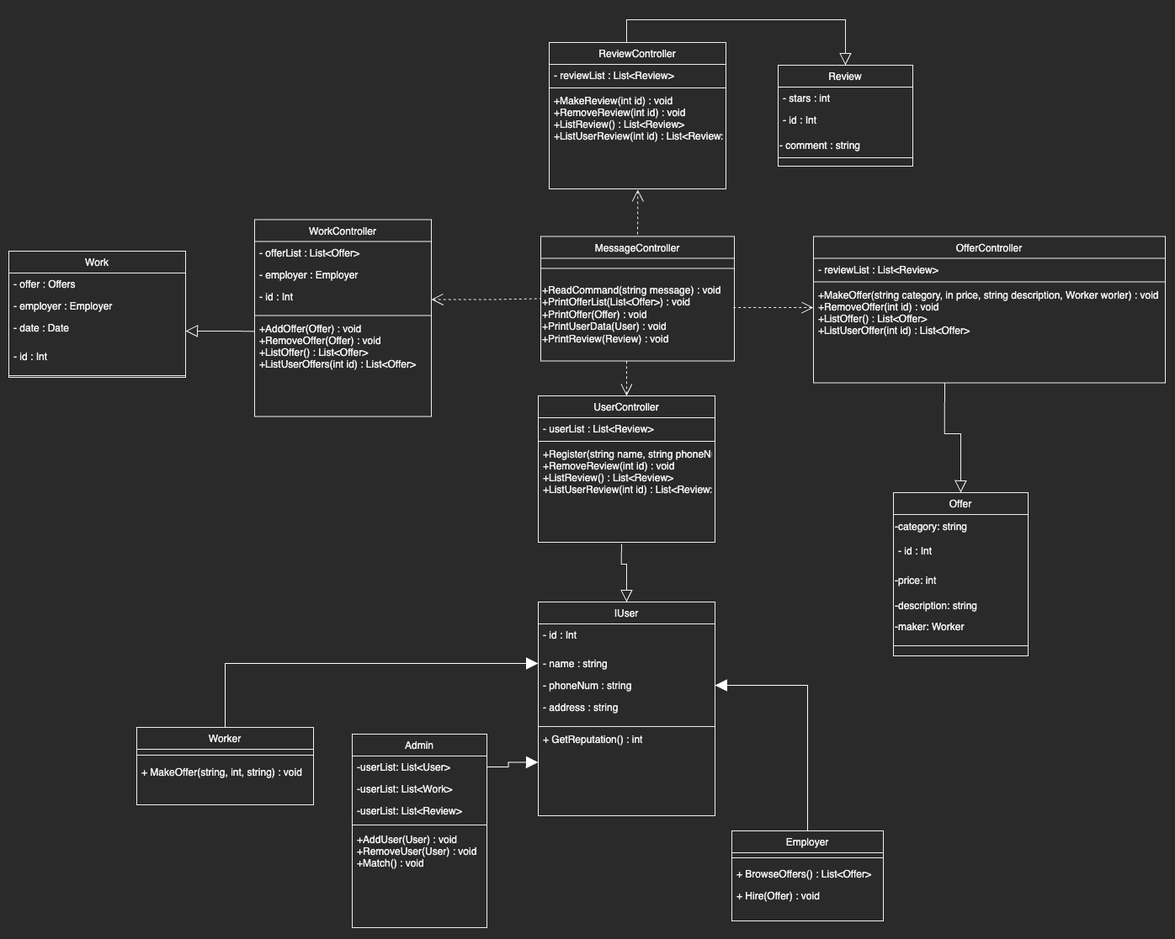
FranciscoAlonsoE/Proyecto keeps this draw.io diagram as UML_Proyecto.png. Above is the earlier version. Source tidied: cells renumbered, new cells last; positions are measured from the earlier drawing's top-left corner, leaving out a move shared by most shapes.
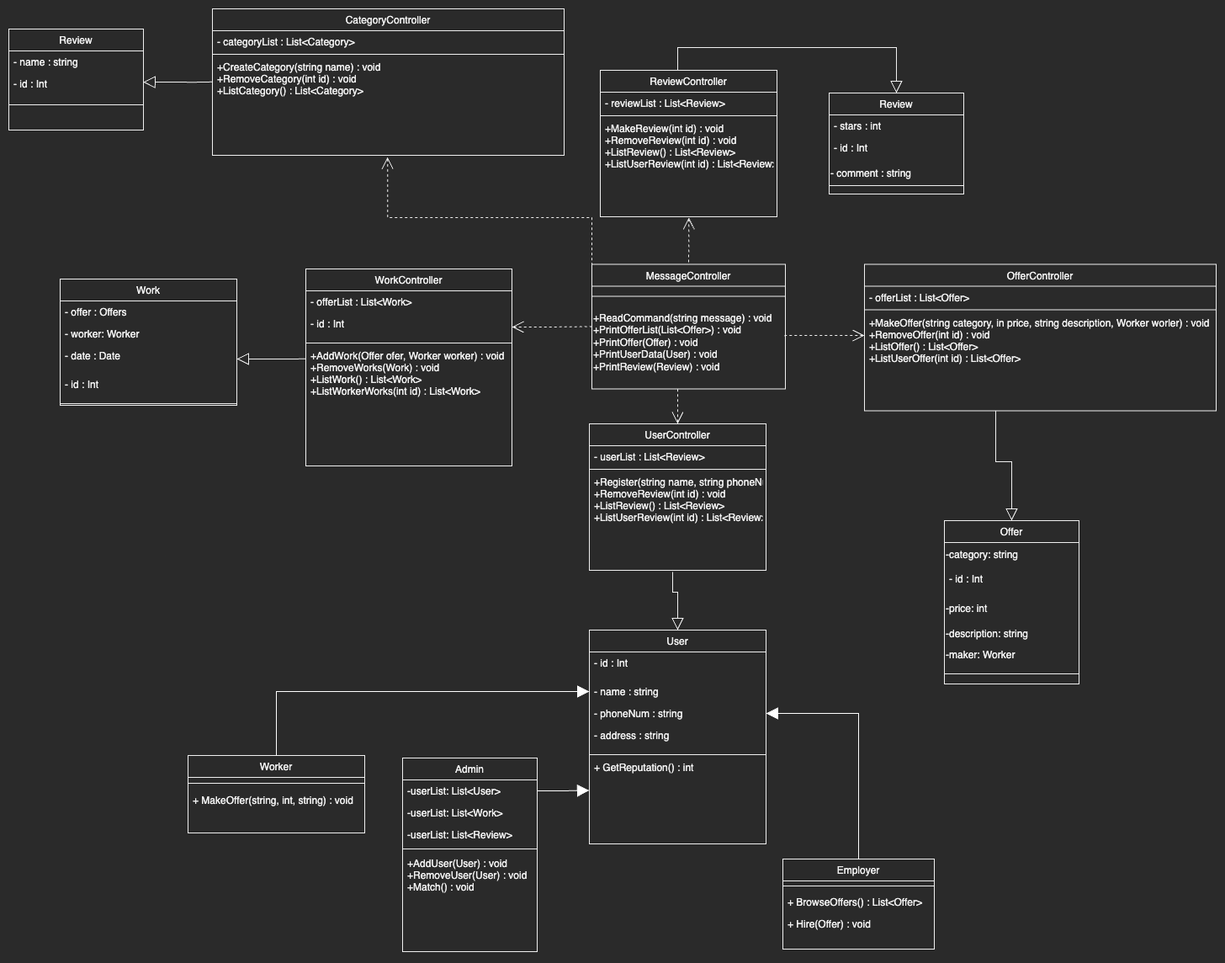
Later version of the same file.

Change to the diagram source:
```diff
@@ -2,7 +2,7 @@
   <root>
     <mxCell id="0" />
     <mxCell id="1" parent="0" />
-    <mxCell id="2" value="IUser" style="swimlane;fontStyle=0;align=center;verticalAlign=top;horizontal=1;startSize=26;rounded=0;shadow=0;strokeWidth=1;" parent="1" vertex="1">
+    <mxCell id="2" value="User" style="swimlane;fontStyle=0;align=center;verticalAlign=top;horizontal=1;startSize=26;rounded=0;shadow=0;strokeWidth=1;" parent="1" vertex="1">
       <mxGeometry x="629" y="692" width="210" height="254" as="geometry" />
     </mxCell>
     <mxCell id="3" value="- id : Int" style="text;align=left;verticalAlign=top;spacingLeft=4;spacingRight=4;overflow=hidden;rounded=0;shadow=0;html=0;" parent="2" vertex="1">
@@ -90,7 +90,7 @@
       <mxGeometry y="50" width="230" height="98" as="geometry" />
     </mxCell>
     <mxCell id="31" value="Admin" style="swimlane;fontStyle=0;align=center;verticalAlign=top;horizontal=1;startSize=26;rounded=0;shadow=0;strokeWidth=1;" parent="1" vertex="1">
-      <mxGeometry x="408" y="849" width="160" height="230" as="geometry" />
+      <mxGeometry x="407" y="844" width="160" height="230" as="geometry" />
     </mxCell>
     <mxCell id="32" value="-userList: List&lt;User&gt;" style="text;align=left;verticalAlign=top;spacingLeft=4;spacingRight=4;overflow=hidden;points=[[0,0.5],[1,0.5]];portConstraint=eastwest;rounded=0;shadow=0;html=0;" parent="31" vertex="1">
       <mxGeometry y="26" width="160" height="26" as="geometry" />
@@ -113,7 +113,7 @@
     <mxCell id="38" value="- offer : Offers" style="text;align=left;verticalAlign=top;spacingLeft=4;spacingRight=4;overflow=hidden;" parent="37" vertex="1">
       <mxGeometry y="26" width="210" height="26" as="geometry" />
     </mxCell>
-    <mxCell id="39" value="- employer : Employer" style="text;align=left;verticalAlign=top;spacingLeft=4;spacingRight=4;overflow=hidden;" parent="37" vertex="1">
+    <mxCell id="39" value="- worker: Worker" style="text;align=left;verticalAlign=top;spacingLeft=4;spacingRight=4;overflow=hidden;" parent="37" vertex="1">
       <mxGeometry y="52" width="210" height="26" as="geometry" />
     </mxCell>
     <mxCell id="40" value="- date : Date" style="text;align=left;verticalAlign=top;spacingLeft=4;spacingRight=4;overflow=hidden;points=[[0,0.5],[1,0.5]];portConstraint=eastwest;rounded=0;shadow=0;html=0;" parent="37" vertex="1">
@@ -126,22 +126,19 @@
       <mxGeometry y="146" width="210" height="4" as="geometry" />
     </mxCell>
     <mxCell id="43" value="WorkController" style="swimlane;fontStyle=0;align=center;verticalAlign=top;horizontal=1;startSize=26;rounded=0;shadow=0;strokeWidth=1;" parent="1" vertex="1">
-      <mxGeometry x="292" y="237.5" width="210" height="234" as="geometry" />
+      <mxGeometry x="292" y="263" width="245" height="234" as="geometry" />
     </mxCell>
-    <mxCell id="44" value="- offerList : List&lt;Offer&gt;" style="text;align=left;verticalAlign=top;spacingLeft=4;spacingRight=4;overflow=hidden;" parent="43" vertex="1">
-      <mxGeometry y="26" width="210" height="26" as="geometry" />
+    <mxCell id="44" value="- offerList : List&lt;Work&gt;" style="text;align=left;verticalAlign=top;spacingLeft=4;spacingRight=4;overflow=hidden;" parent="43" vertex="1">
+      <mxGeometry y="26" width="245" height="26" as="geometry" />
     </mxCell>
-    <mxCell id="45" value="- employer : Employer" style="text;align=left;verticalAlign=top;spacingLeft=4;spacingRight=4;overflow=hidden;" parent="43" vertex="1">
-      <mxGeometry y="52" width="210" height="26" as="geometry" />
-    </mxCell>
     <mxCell id="46" value="- id : Int" style="text;align=left;verticalAlign=top;spacingLeft=4;spacingRight=4;overflow=hidden;points=[[0,0.5],[1,0.5]];portConstraint=eastwest;rounded=0;shadow=0;html=0;" parent="43" vertex="1">
-      <mxGeometry y="78" width="210" height="34" as="geometry" />
+      <mxGeometry y="52" width="245" height="34" as="geometry" />
     </mxCell>
     <mxCell id="47" style="line;html=1;strokeWidth=1;align=left;verticalAlign=middle;spacingTop=-1;spacingLeft=3;spacingRight=3;labelPosition=right;" parent="43" vertex="1">
-      <mxGeometry y="112" width="210" height="4" as="geometry" />
+      <mxGeometry y="86" width="245" height="4" as="geometry" />
     </mxCell>
-    <mxCell id="48" value="+AddOffer(Offer) : void&#10;+RemoveOffer(Offer) : void&#10;+ListOffer() : List&lt;Offer&gt;&#10;+ListUserOffers(int id) : List&lt;Offer&gt;" style="text;align=left;verticalAlign=top;spacingLeft=4;spacingRight=4;overflow=hidden;points=[[0,0.5],[1,0.5]];portConstraint=eastwest;" parent="43" vertex="1">
-      <mxGeometry y="116" width="210" height="118" as="geometry" />
+    <mxCell id="48" value="+AddWork(Offer ofer, Worker worker) : void&#10;+RemoveWorks(Work) : void&#10;+ListWork() : List&lt;Work&gt;&#10;+ListWorkerWorks(int id) : List&lt;Work&gt;" style="text;align=left;verticalAlign=top;spacingLeft=4;spacingRight=4;overflow=hidden;points=[[0,0.5],[1,0.5]];portConstraint=eastwest;" parent="43" vertex="1">
+      <mxGeometry y="90" width="245" height="118" as="geometry" />
     </mxCell>
     <mxCell id="49" value="ReviewController" style="swimlane;fontStyle=0;align=center;verticalAlign=top;horizontal=1;startSize=26;rounded=0;shadow=0;strokeWidth=1;" parent="1" vertex="1">
       <mxGeometry x="642" y="27" width="210" height="174" as="geometry" />
@@ -158,7 +155,7 @@
     <mxCell id="53" value="OfferController" style="swimlane;fontStyle=0;align=center;verticalAlign=top;horizontal=1;startSize=26;rounded=0;shadow=0;strokeWidth=1;" parent="1" vertex="1">
       <mxGeometry x="956" y="257.5" width="418" height="174" as="geometry" />
     </mxCell>
-    <mxCell id="54" value="- reviewList : List&lt;Review&gt;" style="text;align=left;verticalAlign=top;spacingLeft=4;spacingRight=4;overflow=hidden;" parent="53" vertex="1">
+    <mxCell id="54" value="- offerList : List&lt;Offer&gt;" style="text;align=left;verticalAlign=top;spacingLeft=4;spacingRight=4;overflow=hidden;" parent="53" vertex="1">
       <mxGeometry y="26" width="418" height="26" as="geometry" />
     </mxCell>
     <mxCell id="55" style="line;html=1;strokeWidth=1;align=left;verticalAlign=middle;spacingTop=-1;spacingLeft=3;spacingRight=3;labelPosition=right;" parent="53" vertex="1">
@@ -240,5 +237,46 @@
         </Array>
       </mxGeometry>
     </mxCell>
+    <mxCell id="72" value="CategoryController" style="swimlane;fontStyle=0;align=center;verticalAlign=top;horizontal=1;startSize=26;rounded=0;shadow=0;strokeWidth=1;" parent="1" vertex="1">
+      <mxGeometry x="181" y="-46" width="418" height="174" as="geometry" />
+    </mxCell>
+    <mxCell id="73" value="- categoryList : List&lt;Category&gt;" style="text;align=left;verticalAlign=top;spacingLeft=4;spacingRight=4;overflow=hidden;" parent="72" vertex="1">
+      <mxGeometry y="26" width="418" height="26" as="geometry" />
+    </mxCell>
+    <mxCell id="74" style="line;html=1;strokeWidth=1;align=left;verticalAlign=middle;spacingTop=-1;spacingLeft=3;spacingRight=3;labelPosition=right;" parent="72" vertex="1">
+      <mxGeometry y="52" width="418" height="4" as="geometry" />
+    </mxCell>
+    <mxCell id="75" value="+CreateCategory(string name) : void&#10;+RemoveCategory(int id) : void&#10;+ListCategory() : List&lt;Category&gt;" style="text;align=left;verticalAlign=top;spacingLeft=4;spacingRight=4;overflow=hidden;points=[[0,0.5],[1,0.5]];portConstraint=eastwest;" parent="72" vertex="1">
+      <mxGeometry y="56" width="418" height="118" as="geometry" />
+    </mxCell>
+    <mxCell id="76" value="Review" style="swimlane;fontStyle=0;align=center;verticalAlign=top;horizontal=1;startSize=26;rounded=0;shadow=0;strokeWidth=1;" parent="1" vertex="1">
+      <mxGeometry x="-61" y="-22" width="160" height="120" as="geometry" />
+    </mxCell>
+    <mxCell id="77" value="- name : string" style="text;align=left;verticalAlign=top;spacingLeft=4;spacingRight=4;overflow=hidden;" parent="76" vertex="1">
+      <mxGeometry y="26" width="160" height="26" as="geometry" />
+    </mxCell>
+    <mxCell id="78" value="- id : Int" style="text;align=left;verticalAlign=top;spacingLeft=4;spacingRight=4;overflow=hidden;rounded=0;shadow=0;html=0;" parent="76" vertex="1">
+      <mxGeometry y="52" width="160" height="34" as="geometry" />
+    </mxCell>
+    <mxCell id="79" style="line;html=1;strokeWidth=1;align=left;verticalAlign=middle;spacingTop=-1;spacingLeft=3;spacingRight=3;labelPosition=right;" parent="76" vertex="1">
+      <mxGeometry y="86" width="160" height="8" as="geometry" />
+    </mxCell>
+    <mxCell id="80" style="edgeStyle=orthogonalEdgeStyle;rounded=0;orthogonalLoop=1;jettySize=auto;html=1;endArrow=none;endFill=0;startArrow=block;startFill=0;startSize=12;exitX=1;exitY=0.5;exitDx=0;exitDy=0;entryX=0.001;entryY=0.142;entryDx=0;entryDy=0;entryPerimeter=0;" parent="1" edge="1">
+      <mxGeometry relative="1" as="geometry">
+        <mxPoint x="98.8" y="41" as="sourcePoint" />
+        <mxPoint x="181" y="40.8" as="targetPoint" />
+        <Array as="points">
+          <mxPoint x="161.8" y="41" />
+        </Array>
+      </mxGeometry>
+    </mxCell>
+    <mxCell id="81" style="edgeStyle=orthogonalEdgeStyle;rounded=0;jettySize=auto;html=1;endArrow=none;endFill=0;startArrow=open;startFill=0;startSize=12;entryX=0;entryY=0.25;entryDx=0;entryDy=0;dashed=1;exitX=0.498;exitY=1.019;exitDx=0;exitDy=0;exitPerimeter=0;" parent="1" edge="1" source="75" target="28">
+      <mxGeometry relative="1" as="geometry">
+        <Array as="points">
+          <mxPoint x="389" y="202" />
+          <mxPoint x="632" y="202" />
+        </Array>
+      </mxGeometry>
+    </mxCell>
   </root>
 </mxGraphModel>
```
